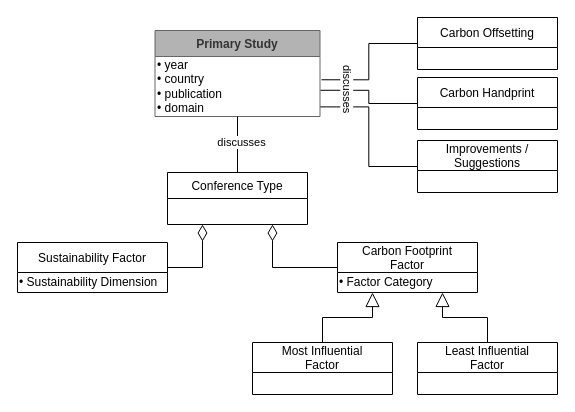
The draw.io diagram results/figures/MetaModel.drawio in FunkeMT/SLR-Carbon-Footprint-replication-package, before the edit. Source tidied: cells renumbered, new cells numbered last; positions are measured from the earlier drawing's top-left corner, leaving out a move shared by most shapes. Both pictures are drawn from the tidied source at 100%, with x=0, y=0 at pixel (17, 17).
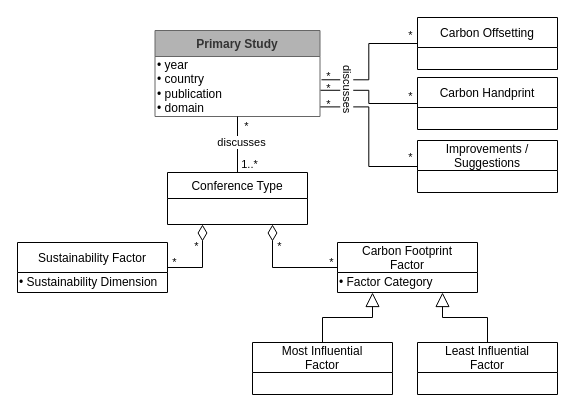
Above is the later version.

Unchanged cells that the change refers to:
```xml
<mxCell id="15" style="endArrow=none;endFill=0;endSize=12;html=1;entryX=0.5;entryY=0;entryDx=0;entryDy=0;exitX=0.5;exitY=1;exitDx=0;exitDy=0;" parent="1" edge="1" source="13" target="2">
  <mxGeometry relative="1" as="geometry" />
</mxCell>
```

Change to the diagram source:
```diff
@@
+    <mxCell id="24" value="1..*" style="edgeLabel;html=1;align=center;verticalAlign=middle;" parent="15" vertex="1">
+      <mxGeometry x="0.75" relative="1" as="geometry">
+        <mxPoint x="11" y="-2" as="offset" />
+      </mxGeometry>
+    </mxCell>
@@
+    <mxCell id="25" value="*" style="edgeLabel;html=1;align=center;verticalAlign=middle;" parent="1" vertex="1">
+      <mxGeometry x="227" y="112" as="geometry">
+        <mxPoint x="1" y="-4" as="offset" />
+      </mxGeometry>
+    </mxCell>
+    <mxCell id="26" value="*" style="edgeLabel;html=1;align=center;verticalAlign=middle;" parent="1" vertex="1">
+      <mxGeometry x="395" y="19" as="geometry">
+        <mxPoint x="-3" y="-2" as="offset" />
+      </mxGeometry>
+    </mxCell>
+    <mxCell id="27" value="*" style="edgeLabel;html=1;align=center;verticalAlign=middle;" parent="1" vertex="1">
+      <mxGeometry x="395" y="80" as="geometry">
+        <mxPoint x="-3" y="-2" as="offset" />
+      </mxGeometry>
+    </mxCell>
+    <mxCell id="28" value="*" style="edgeLabel;html=1;align=center;verticalAlign=middle;" parent="1" vertex="1">
+      <mxGeometry x="395" y="141" as="geometry">
+        <mxPoint x="-3" y="-2" as="offset" />
+      </mxGeometry>
+    </mxCell>
+    <mxCell id="29" value="*" style="edgeLabel;html=1;align=center;verticalAlign=middle;labelBackgroundColor=none;" parent="1" vertex="1">
+      <mxGeometry x="313" y="60" as="geometry">
+        <mxPoint x="-3" y="-2" as="offset" />
+      </mxGeometry>
+    </mxCell>
+    <mxCell id="30" value="*" style="edgeLabel;html=1;align=center;verticalAlign=middle;labelBackgroundColor=none;" parent="1" vertex="1">
+      <mxGeometry x="313" y="72" as="geometry">
+        <mxPoint x="-3" y="-2" as="offset" />
+      </mxGeometry>
+    </mxCell>
+    <mxCell id="31" value="*" style="edgeLabel;html=1;align=center;verticalAlign=middle;labelBackgroundColor=none;" parent="1" vertex="1">
+      <mxGeometry x="313" y="88" as="geometry">
+        <mxPoint x="-3" y="-2" as="offset" />
+      </mxGeometry>
+    </mxCell>
+    <mxCell id="32" value="*" style="edgeLabel;html=1;align=center;verticalAlign=middle;" parent="1" vertex="1">
+      <mxGeometry x="264" y="230" as="geometry">
+        <mxPoint x="-3" y="-2" as="offset" />
+      </mxGeometry>
+    </mxCell>
+    <mxCell id="33" value="*" style="edgeLabel;html=1;align=center;verticalAlign=middle;labelBackgroundColor=none;" parent="1" vertex="1">
+      <mxGeometry x="316" y="246" as="geometry">
+        <mxPoint x="-3" y="-2" as="offset" />
+      </mxGeometry>
+    </mxCell>
+    <mxCell id="34" value="*" style="edgeLabel;html=1;align=center;verticalAlign=middle;" parent="1" vertex="1">
+      <mxGeometry x="181" y="230" as="geometry">
+        <mxPoint x="-3" y="-2" as="offset" />
+      </mxGeometry>
+    </mxCell>
+    <mxCell id="35" value="*" style="edgeLabel;html=1;align=center;verticalAlign=middle;labelBackgroundColor=none;" parent="1" vertex="1">
+      <mxGeometry x="159" y="246" as="geometry">
+        <mxPoint x="-3" y="-2" as="offset" />
+      </mxGeometry>
+    </mxCell>
```
